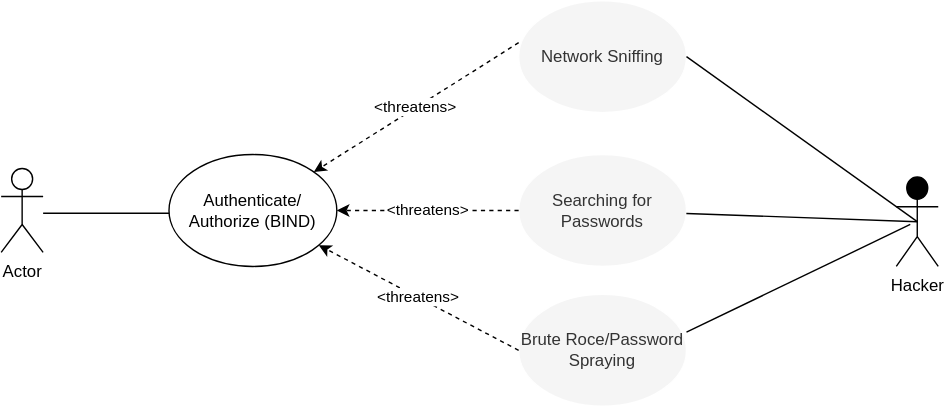
This is images/Use-Misuse Case 1 -Bind.drawio.svg from bartelsjoshuac/SAPG, a draw.io export, as it was before one commit. Source tidied: cells renumbered, new cells last; positions are measured from the earlier drawing's top-left corner, leaving out a move shared by most shapes.
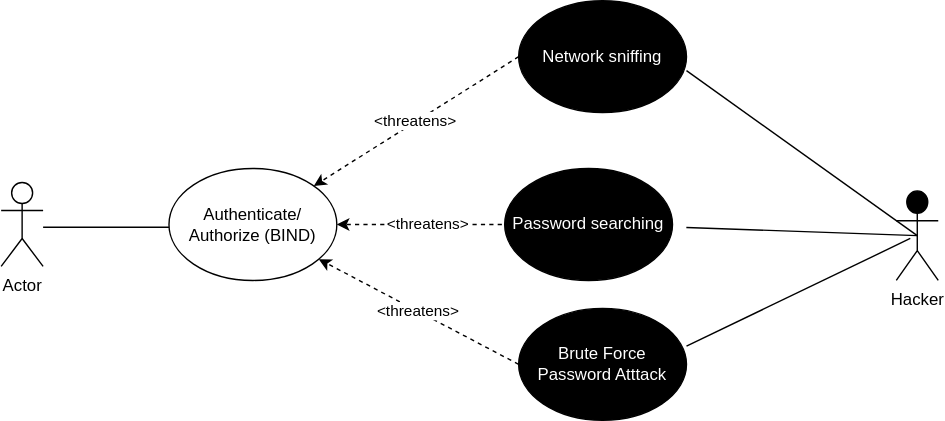
The same diagram one commit later.

The edit, as a diff of the source:
```diff
@@ -14,35 +14,36 @@
     <mxCell id="4" value="Authenticate/&lt;br style=&quot;border-color: var(--border-color);&quot;&gt;Authorize (BIND)" style="ellipse;whiteSpace=wrap;html=1;fillColor=#FFFFFF;" parent="1" vertex="1">
       <mxGeometry x="120" y="110" width="120" height="80" as="geometry" />
     </mxCell>
-    <mxCell id="5" value="Network Sniffing" style="ellipse;whiteSpace=wrap;html=1;fillStyle=solid;strokeColor=#FFFFFF;fillColor=#f5f5f5;fontColor=#333333;" parent="1" vertex="1">
-      <mxGeometry x="370" width="120" height="80" as="geometry" />
-    </mxCell>
     <mxCell id="6" value="Hacker" style="shape=umlActor;verticalLabelPosition=bottom;verticalAlign=top;html=1;outlineConnect=0;fillColor=#000000;" parent="1" vertex="1">
       <mxGeometry x="640" y="126" width="30" height="64" as="geometry" />
     </mxCell>
-    <mxCell id="7" value="Searching for Passwords" style="ellipse;whiteSpace=wrap;html=1;fillColor=#f5f5f5;fontColor=#333333;fillStyle=solid;strokeColor=#FFFFFF;" parent="1" vertex="1">
-      <mxGeometry x="370" y="110" width="120" height="80" as="geometry" />
-    </mxCell>
-    <mxCell id="8" value="Brute Roce/Password Spraying" style="ellipse;whiteSpace=wrap;html=1;fillColor=#f5f5f5;fontColor=#333333;fillStyle=solid;strokeColor=#FFFFFF;" parent="1" vertex="1">
-      <mxGeometry x="370" y="210" width="120" height="80" as="geometry" />
-    </mxCell>
-    <mxCell id="9" value="&amp;lt;threatens&amp;gt;" style="endArrow=classic;html=1;rounded=0;exitX=0;exitY=0.5;exitDx=0;exitDy=0;dashed=1;" parent="1" edge="1" source="8" target="4">
-      <mxGeometry relative="1" as="geometry" />
+    <mxCell id="9" value="&amp;lt;threatens&amp;gt;" style="endArrow=classic;html=1;rounded=0;exitX=0;exitY=0.5;exitDx=0;exitDy=0;dashed=1;" parent="1" edge="1" target="4">
+      <mxGeometry relative="1" as="geometry">
+        <mxPoint x="370" y="250" as="sourcePoint" />
+      </mxGeometry>
     </mxCell>
     <mxCell id="10" style="whiteSpace=wrap;html=1;fillColor=#FFFFFF;strokeColor=#FFFFFF;fontColor=#000000;fillStyle=solid;" parent="1" vertex="1">
       <mxGeometry x="170" y="220" width="120" height="60" as="geometry" />
     </mxCell>
-    <mxCell id="11" value="&amp;lt;threatens&amp;gt;" style="endArrow=classic;html=1;rounded=0;exitX=0;exitY=0.5;exitDx=0;exitDy=0;entryX=1;entryY=0.5;entryDx=0;entryDy=0;dashed=1;" parent="1" edge="1" source="7" target="4">
-      <mxGeometry relative="1" as="geometry" />
+    <mxCell id="11" value="&amp;lt;threatens&amp;gt;" style="endArrow=classic;html=1;rounded=0;exitX=0;exitY=0.5;exitDx=0;exitDy=0;entryX=1;entryY=0.5;entryDx=0;entryDy=0;dashed=1;" parent="1" edge="1" target="4">
+      <mxGeometry relative="1" as="geometry">
+        <mxPoint x="370" y="150" as="sourcePoint" />
+      </mxGeometry>
     </mxCell>
-    <mxCell id="12" value="&amp;lt;threatens&amp;gt;" style="endArrow=classic;html=1;rounded=0;exitX=0;exitY=0.375;exitDx=0;exitDy=0;exitPerimeter=0;dashed=1;" parent="1" edge="1" source="5" target="4">
-      <mxGeometry relative="1" as="geometry" />
+    <mxCell id="12" value="&amp;lt;threatens&amp;gt;" style="endArrow=classic;html=1;rounded=0;exitX=0;exitY=0.375;exitDx=0;exitDy=0;exitPerimeter=0;dashed=1;" parent="1" edge="1" target="4">
+      <mxGeometry relative="1" as="geometry">
+        <mxPoint x="370" y="30" as="sourcePoint" />
+      </mxGeometry>
     </mxCell>
-    <mxCell id="13" style="endArrow=none;html=1;exitX=1;exitY=0.5;exitDx=0;exitDy=0;entryX=0.5;entryY=0.5;entryDx=0;entryDy=0;entryPerimeter=0;" parent="1" edge="1" source="5" target="6">
-      <mxGeometry relative="1" as="geometry" />
+    <mxCell id="13" style="endArrow=none;html=1;exitX=1;exitY=0.5;exitDx=0;exitDy=0;entryX=0.5;entryY=0.5;entryDx=0;entryDy=0;entryPerimeter=0;" parent="1" edge="1" target="6">
+      <mxGeometry relative="1" as="geometry">
+        <mxPoint x="490" y="40" as="sourcePoint" />
+      </mxGeometry>
     </mxCell>
-    <mxCell id="14" style="endArrow=none;html=1;entryX=0.5;entryY=0.5;entryDx=0;entryDy=0;entryPerimeter=0;" parent="1" edge="1" source="7" target="6">
-      <mxGeometry relative="1" as="geometry" />
+    <mxCell id="14" style="endArrow=none;html=1;entryX=0.5;entryY=0.5;entryDx=0;entryDy=0;entryPerimeter=0;" parent="1" edge="1" target="6">
+      <mxGeometry relative="1" as="geometry">
+        <mxPoint x="489.9" y="152.1" as="sourcePoint" />
+      </mxGeometry>
     </mxCell>
     <mxCell id="15" style="endArrow=none;html=1;" parent="1" edge="1">
       <mxGeometry relative="1" as="geometry">
@@ -50,5 +51,14 @@
         <mxPoint x="650" y="160" as="targetPoint" />
       </mxGeometry>
     </mxCell>
+    <mxCell id="16" value="Network sniffing" style="ellipse;whiteSpace=wrap;html=1;fillColor=#000000;fontColor=#FFFFFF;" parent="1" vertex="1">
+      <mxGeometry x="370" y="-10" width="120" height="80" as="geometry" />
+    </mxCell>
+    <mxCell id="17" value="Password searching" style="ellipse;whiteSpace=wrap;html=1;fillColor=#000000;fontColor=#FFFFFF;" parent="1" vertex="1">
+      <mxGeometry x="360" y="110" width="120" height="80" as="geometry" />
+    </mxCell>
+    <mxCell id="18" value="Brute Force Password Atttack" style="ellipse;whiteSpace=wrap;html=1;fillColor=#000000;fontColor=#FFFFFF;" parent="1" vertex="1">
+      <mxGeometry x="370" y="210" width="120" height="80" as="geometry" />
+    </mxCell>
   </root>
 </mxGraphModel>
```
